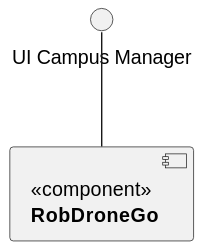
Above: Visualization/docs/US_1020/Diagrams/Level1/LogicalView.svg in Pedro-Pereira1/sem5pi_23_24_g056_Visualization (PlantUML), before the change.
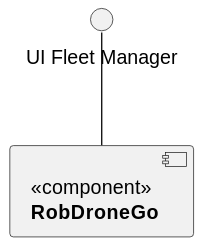
After the change.

Diff of the diagram source:
```diff
@@ -1,5 +1,6 @@
 @startuml
-() "UI Campus Manager" as CM
+
+() "UI Fleet Manager" as CM
 
 component RDG [
   <<component>>
@@ -7,4 +8,5 @@
 ]
 
 CM -d- RDG
+
 @enduml
```
